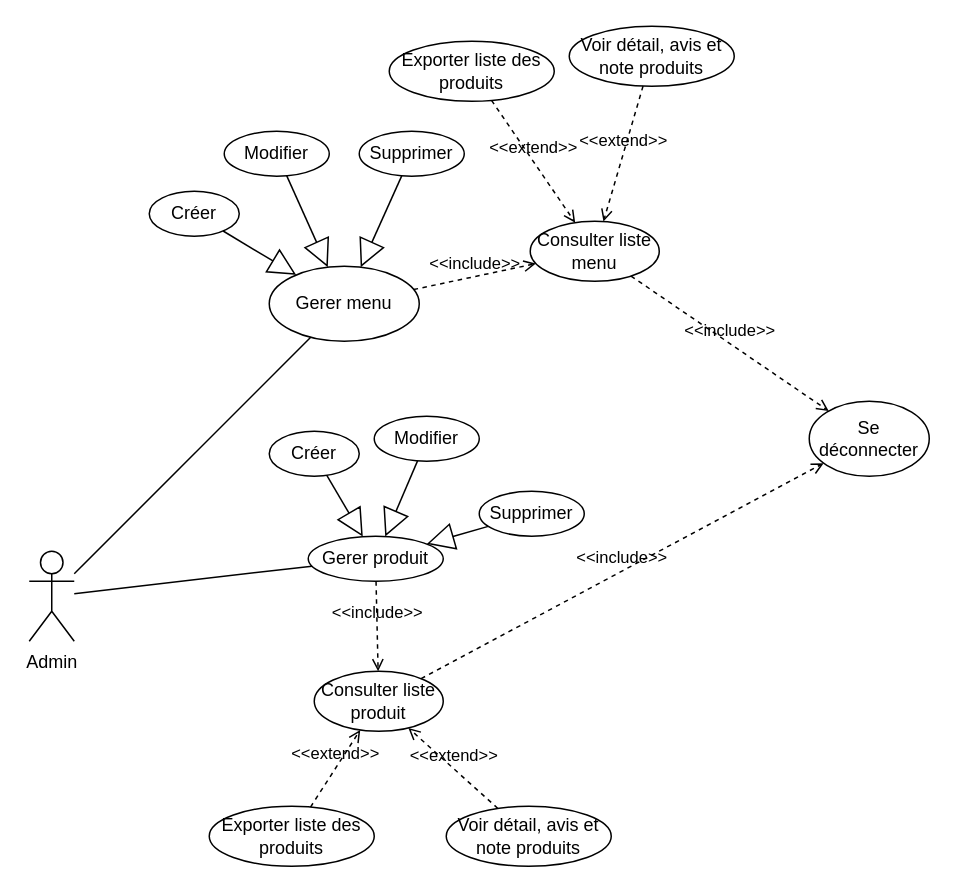
The draw.io diagram page "DCU-GESTION-CARTE" (1 of 3) of Diagramme-CHEZ-ALINO.drawio in kbvac/Diagramme-UML, before the edit. Source tidied: cells renumbered, new cells numbered last; positions are measured from the earlier drawing's top-left corner, leaving out a move shared by most shapes. Both pictures are drawn from the tidied source at 150%, with x=0, y=0 at pixel (28, 26).
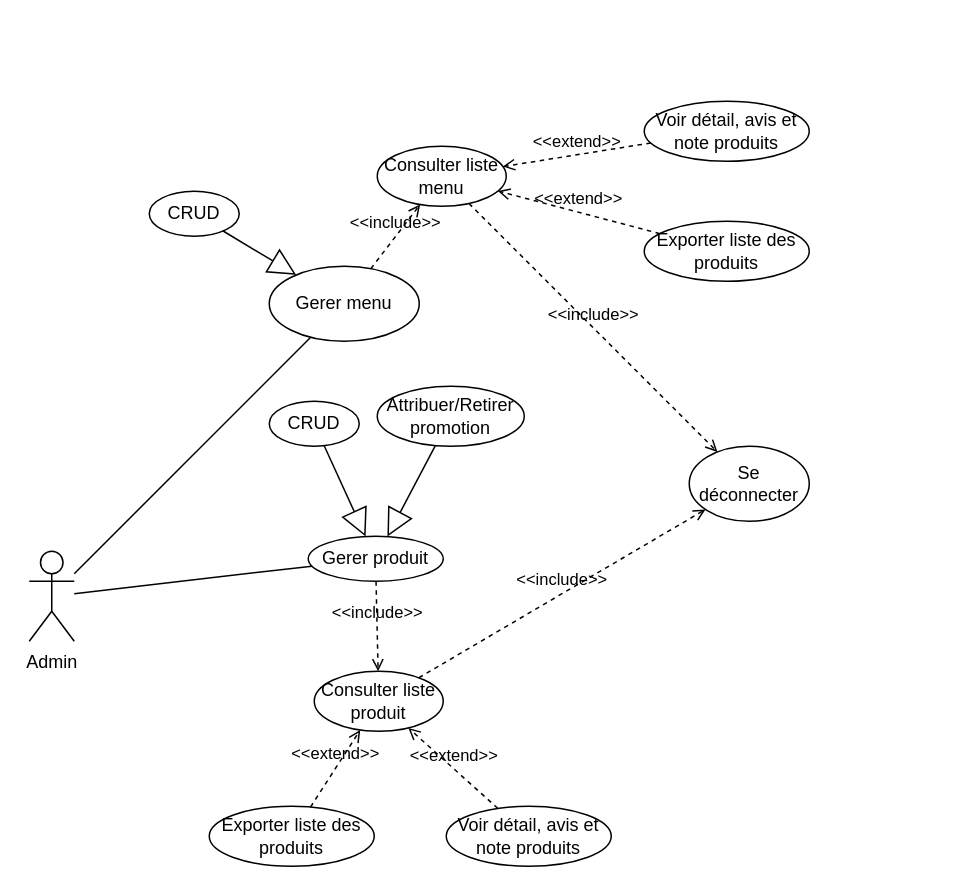
The same diagram, later.

Commit message (it also covers changes not shown here):
Mettre à jour Diagramme-CHEZ-ALINO.drawio

The change refers to these unchanged cells:
```xml
<mxCell id="3" value="Gerer menu" style="ellipse;whiteSpace=wrap;html=1;" parent="1" vertex="1">
  <mxGeometry x="160" y="160" width="100" height="50" as="geometry" />
</mxCell>
<mxCell id="11" value="Gerer produit" style="ellipse;whiteSpace=wrap;html=1;" parent="1" vertex="1">
  <mxGeometry x="186" y="340" width="90" height="30" as="geometry" />
</mxCell>
```

Diff of the diagram source:
```diff
@@
-    <mxCell id="5" value="Créer" style="ellipse;whiteSpace=wrap;html=1;" parent="1" vertex="1">
+    <mxCell id="5" value="CRUD" style="ellipse;whiteSpace=wrap;html=1;" parent="1" vertex="1">
       <mxGeometry x="80" y="110" width="60" height="30" as="geometry" />
     </mxCell>
-    <mxCell id="6" value="Modifier" style="ellipse;whiteSpace=wrap;html=1;" parent="1" vertex="1">
-      <mxGeometry x="130" y="70" width="70" height="30" as="geometry" />
-    </mxCell>
-    <mxCell id="7" value="Supprimer" style="ellipse;whiteSpace=wrap;html=1;" parent="1" vertex="1">
-      <mxGeometry x="220" y="70" width="70" height="30" as="geometry" />
-    </mxCell>
-    <mxCell id="8" style="endArrow=block;endSize=16;endFill=0;html=1;rounded=0;" parent="1" edge="1" source="7" target="3">
-      <mxGeometry relative="1" as="geometry" />
-    </mxCell>
-    <mxCell id="9" style="endArrow=block;endSize=16;endFill=0;html=1;rounded=0;" parent="1" edge="1" source="6" target="3">
-      <mxGeometry relative="1" as="geometry" />
-    </mxCell>
@@
-    <mxCell id="12" value="Créer" style="ellipse;whiteSpace=wrap;html=1;" parent="1" vertex="1">
-      <mxGeometry x="160" y="270" width="60" height="30" as="geometry" />
+    <mxCell id="12" value="CRUD" style="ellipse;whiteSpace=wrap;html=1;" parent="1" vertex="1">
+      <mxGeometry x="160" y="250" width="60" height="30" as="geometry" />
     </mxCell>
-    <mxCell id="13" value="Modifier" style="ellipse;whiteSpace=wrap;html=1;" parent="1" vertex="1">
-      <mxGeometry x="230" y="260" width="70" height="30" as="geometry" />
-    </mxCell>
-    <mxCell id="14" value="Supprimer" style="ellipse;whiteSpace=wrap;html=1;" parent="1" vertex="1">
-      <mxGeometry x="300" y="310" width="70" height="30" as="geometry" />
-    </mxCell>
@@
-    <mxCell id="16" style="endArrow=block;endSize=16;endFill=0;html=1;rounded=0;" parent="1" edge="1" source="13" target="11">
-      <mxGeometry relative="1" as="geometry" />
-    </mxCell>
-    <mxCell id="17" style="endArrow=block;endSize=16;endFill=0;html=1;rounded=0;" parent="1" edge="1" source="14" target="11">
-      <mxGeometry relative="1" as="geometry" />
-    </mxCell>
@@
     <mxCell id="25" value="Se déconnecter" style="ellipse;whiteSpace=wrap;html=1;" parent="1" vertex="1">
-      <mxGeometry x="520" y="250" width="80" height="50" as="geometry" />
+      <mxGeometry x="440" y="280" width="80" height="50" as="geometry" />
     </mxCell>
@@
     <mxCell id="28" value="Exporter liste des produits" style="ellipse;whiteSpace=wrap;html=1;" parent="1" vertex="1">
-      <mxGeometry x="240" y="10" width="110" height="40" as="geometry" />
+      <mxGeometry x="410" y="130" width="110" height="40" as="geometry" />
     </mxCell>
     <mxCell id="29" value="Consulter liste menu" style="ellipse;whiteSpace=wrap;html=1;" parent="1" vertex="1">
-      <mxGeometry x="334" y="130" width="86" height="40" as="geometry" />
+      <mxGeometry x="232" y="80" width="86" height="40" as="geometry" />
     </mxCell>
@@
     <mxCell id="31" value="Voir détail, avis et note produits" style="ellipse;whiteSpace=wrap;html=1;" parent="1" vertex="1">
-      <mxGeometry x="360" width="110" height="40" as="geometry" />
+      <mxGeometry x="410" y="50" width="110" height="40" as="geometry" />
     </mxCell>
@@
+    <mxCell id="34" value="Attribuer/Retirer promotion" style="ellipse;whiteSpace=wrap;html=1;" parent="1" vertex="1">
+      <mxGeometry x="232" y="240" width="98" height="40" as="geometry" />
+    </mxCell>
+    <mxCell id="35" style="endArrow=block;endSize=16;endFill=0;html=1;rounded=0;" parent="1" edge="1" source="34" target="11">
+      <mxGeometry relative="1" as="geometry" />
+    </mxCell>
```
